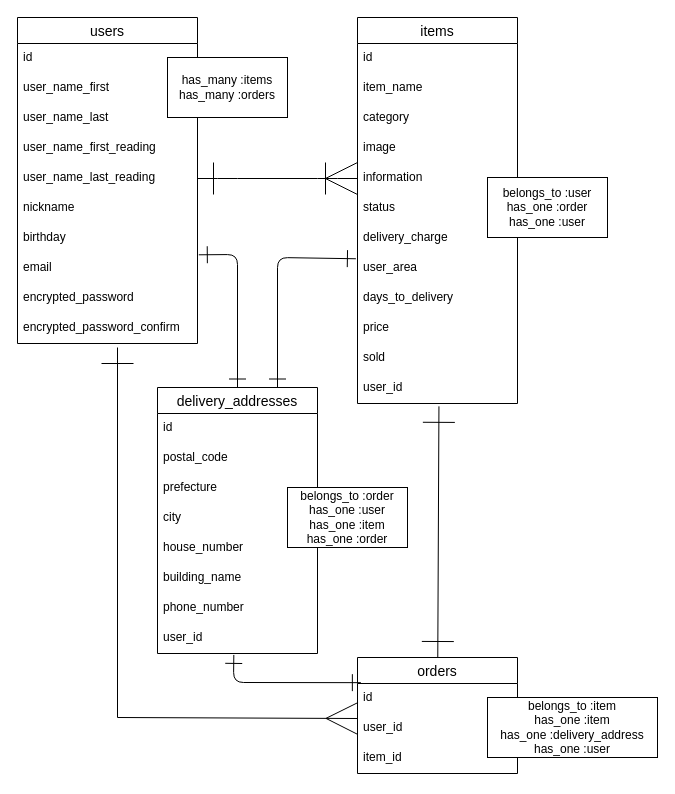
wakaeri/furima-38531 keeps this draw.io diagram as furima-38531.dio. Above is the earlier version. Source tidied: cells renumbered, new cells numbered last; positions are measured from the earlier drawing's top-left corner, leaving out a move shared by most shapes. Both pictures are drawn from the tidied source at 100%, with x=0, y=0 at pixel (17, 17).
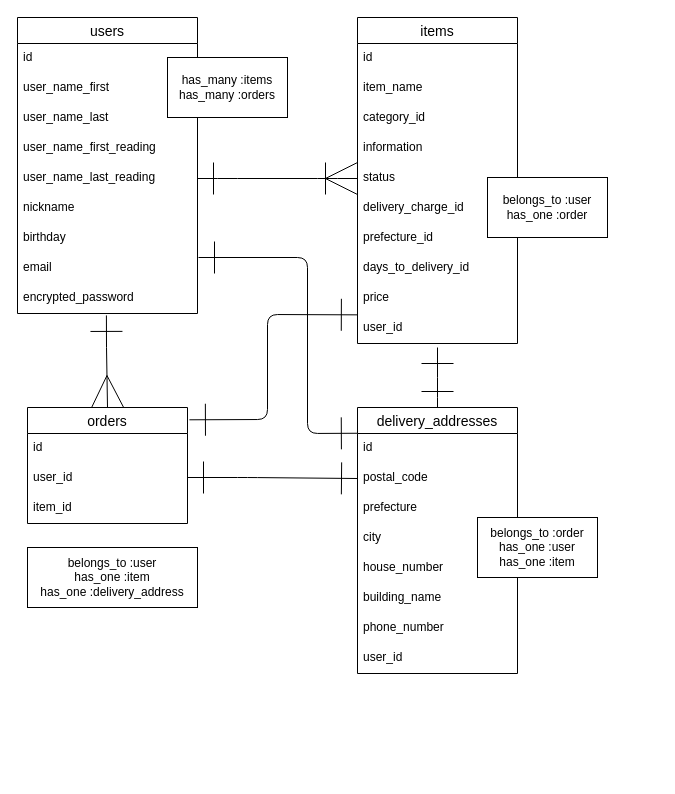
Above is the later version.

Commit message (it also covers changes not shown here):
データベース設計_修正1

Unchanged cells that the change refers to:
```xml
<mxCell id="7" value="user_name_last_reading" style="text;strokeColor=none;fillColor=none;spacingLeft=4;spacingRight=4;overflow=hidden;points=[[0,0.5],[1,0.5]];portConstraint=eastwest;fontSize=12;" parent="2" vertex="1">
  <mxGeometry y="146" width="180" height="30" as="geometry" />
</mxCell>
<mxCell id="11" value="encrypted_password" style="text;strokeColor=none;fillColor=none;spacingLeft=4;spacingRight=4;overflow=hidden;points=[[0,0.5],[1,0.5]];portConstraint=eastwest;fontSize=12;" parent="2" vertex="1">
  <mxGeometry y="266" width="180" height="30" as="geometry" />
</mxCell>
<mxCell id="28" value="id" style="text;strokeColor=none;fillColor=none;spacingLeft=4;spacingRight=4;overflow=hidden;points=[[0,0.5],[1,0.5]];portConstraint=eastwest;fontSize=12;" parent="27" vertex="1">
  <mxGeometry y="26" width="160" height="30" as="geometry" />
</mxCell>
<mxCell id="33" value="id" style="text;strokeColor=none;fillColor=none;spacingLeft=4;spacingRight=4;overflow=hidden;points=[[0,0.5],[1,0.5]];portConstraint=eastwest;fontSize=12;" parent="32" vertex="1">
  <mxGeometry y="26" width="160" height="30" as="geometry" />
</mxCell>
<mxCell id="34" value="postal_code" style="text;strokeColor=none;fillColor=none;spacingLeft=4;spacingRight=4;overflow=hidden;points=[[0,0.5],[1,0.5]];portConstraint=eastwest;fontSize=12;rounded=1;" parent="32" vertex="1">
  <mxGeometry y="56" width="160" height="30" as="geometry" />
</mxCell>
<mxCell id="40" value="user_id" style="text;strokeColor=none;fillColor=none;spacingLeft=4;spacingRight=4;overflow=hidden;points=[[0,0.5],[1,0.5]];portConstraint=eastwest;fontSize=12;" parent="32" vertex="1">
  <mxGeometry y="236" width="160" height="30" as="geometry" />
</mxCell>
```

Change to the diagram source:
```diff
@@
     <mxCell id="2" value="users" style="swimlane;fontStyle=0;horizontal=1;startSize=26;align=center;fontSize=14;" parent="1" vertex="1">
-      <mxGeometry width="180" height="326" as="geometry" />
+      <mxGeometry width="180" height="296" as="geometry" />
     </mxCell>
@@
-    <mxCell id="12" value="encrypted_password_confirm" style="text;strokeColor=none;fillColor=none;spacingLeft=4;spacingRight=4;overflow=hidden;fontSize=12;" parent="2" vertex="1">
-      <mxGeometry y="296" width="180" height="30" as="geometry" />
-    </mxCell>
     <mxCell id="13" value="items" style="swimlane;fontStyle=0;horizontal=1;startSize=26;align=center;fontSize=14;" parent="1" vertex="1">
-      <mxGeometry x="340" width="160" height="386" as="geometry" />
+      <mxGeometry x="340" width="160" height="326" as="geometry" />
     </mxCell>
@@
-    <mxCell id="16" value="category" style="text;strokeColor=none;fillColor=none;spacingLeft=4;spacingRight=4;overflow=hidden;fontSize=12;rounded=1;" parent="13" vertex="1">
+    <mxCell id="16" value="category_id" style="text;strokeColor=none;fillColor=none;spacingLeft=4;spacingRight=4;overflow=hidden;fontSize=12;rounded=1;" parent="13" vertex="1">
       <mxGeometry y="86" width="160" height="30" as="geometry" />
     </mxCell>
-    <mxCell id="17" value="image" style="text;strokeColor=none;fillColor=none;spacingLeft=4;spacingRight=4;overflow=hidden;fontSize=12;" parent="13" vertex="1">
-      <mxGeometry y="116" width="160" height="30" as="geometry" />
-    </mxCell>
     <mxCell id="18" value="information" style="text;strokeColor=none;fillColor=none;spacingLeft=4;spacingRight=4;overflow=hidden;points=[[0,0.5],[1,0.5]];portConstraint=eastwest;fontSize=12;rounded=1;" parent="13" vertex="1">
-      <mxGeometry y="146" width="160" height="30" as="geometry" />
+      <mxGeometry y="116" width="160" height="30" as="geometry" />
     </mxCell>
     <mxCell id="19" value="status" style="text;strokeColor=none;fillColor=none;spacingLeft=4;spacingRight=4;overflow=hidden;points=[[0,0.5],[1,0.5]];portConstraint=eastwest;fontSize=12;rounded=1;" parent="13" vertex="1">
-      <mxGeometry y="176" width="160" height="30" as="geometry" />
+      <mxGeometry y="146" width="160" height="30" as="geometry" />
     </mxCell>
-    <mxCell id="20" value="delivery_charge" style="text;strokeColor=none;fillColor=none;spacingLeft=4;spacingRight=4;overflow=hidden;fontSize=12;rounded=1;" parent="13" vertex="1">
-      <mxGeometry y="206" width="160" height="30" as="geometry" />
+    <mxCell id="20" value="delivery_charge_id" style="text;strokeColor=none;fillColor=none;spacingLeft=4;spacingRight=4;overflow=hidden;fontSize=12;rounded=1;" parent="13" vertex="1">
+      <mxGeometry y="176" width="160" height="30" as="geometry" />
     </mxCell>
-    <mxCell id="21" value="user_area" style="text;strokeColor=none;fillColor=none;spacingLeft=4;spacingRight=4;overflow=hidden;points=[[0,0.5],[1,0.5]];portConstraint=eastwest;fontSize=12;rounded=1;" parent="13" vertex="1">
-      <mxGeometry y="236" width="160" height="30" as="geometry" />
+    <mxCell id="21" value="prefecture_id" style="text;strokeColor=none;fillColor=none;spacingLeft=4;spacingRight=4;overflow=hidden;points=[[0,0.5],[1,0.5]];portConstraint=eastwest;fontSize=12;rounded=1;" parent="13" vertex="1">
+      <mxGeometry y="206" width="160" height="30" as="geometry" />
     </mxCell>
-    <mxCell id="22" value="days_to_delivery" style="text;strokeColor=none;fillColor=none;spacingLeft=4;spacingRight=4;overflow=hidden;fontSize=12;rounded=1;" parent="13" vertex="1">
-      <mxGeometry y="266" width="160" height="30" as="geometry" />
+    <mxCell id="22" value="days_to_delivery_id" style="text;strokeColor=none;fillColor=none;spacingLeft=4;spacingRight=4;overflow=hidden;fontSize=12;rounded=1;" parent="13" vertex="1">
+      <mxGeometry y="236" width="160" height="30" as="geometry" />
     </mxCell>
     <mxCell id="23" value="price" style="text;strokeColor=none;fillColor=none;spacingLeft=4;spacingRight=4;overflow=hidden;fontSize=12;" parent="13" vertex="1">
-      <mxGeometry y="296" width="160" height="30" as="geometry" />
+      <mxGeometry y="266" width="160" height="30" as="geometry" />
     </mxCell>
-    <mxCell id="24" value="sold" style="text;strokeColor=none;fillColor=none;spacingLeft=4;spacingRight=4;overflow=hidden;fontSize=12;rounded=1;" parent="13" vertex="1">
-      <mxGeometry y="326" width="160" height="30" as="geometry" />
-    </mxCell>
     <mxCell id="25" value="user_id" style="text;strokeColor=none;fillColor=none;spacingLeft=4;spacingRight=4;overflow=hidden;points=[[0,0.5],[1,0.5]];portConstraint=eastwest;fontSize=12;" parent="13" vertex="1">
-      <mxGeometry y="356" width="160" height="30" as="geometry" />
+      <mxGeometry y="296" width="160" height="30" as="geometry" />
     </mxCell>
-    <mxCell id="26" style="edgeStyle=none;html=1;startArrow=ERone;startFill=0;endArrow=ERone;endFill=0;entryX=0.509;entryY=1.095;entryDx=0;entryDy=0;entryPerimeter=0;endSize=30;startSize=30;" parent="1" edge="1" source="27" target="25">
-      <mxGeometry relative="1" as="geometry" />
+    <mxCell id="26" style="edgeStyle=none;html=1;startArrow=ERone;startFill=0;endArrow=ERone;endFill=0;entryX=-0.001;entryY=0.045;entryDx=0;entryDy=0;entryPerimeter=0;endSize=30;startSize=30;exitX=1.012;exitY=0.106;exitDx=0;exitDy=0;exitPerimeter=0;" parent="1" edge="1" source="27" target="25">
+      <mxGeometry relative="1" as="geometry">
+        <Array as="points">
+          <mxPoint x="250" y="402" />
+          <mxPoint x="250" y="297" />
+        </Array>
+      </mxGeometry>
     </mxCell>
     <mxCell id="27" value="orders" style="swimlane;fontStyle=0;horizontal=1;startSize=26;align=center;fontSize=14;" parent="1" vertex="1">
-      <mxGeometry x="340" y="640" width="160" height="116" as="geometry" />
+      <mxGeometry x="10" y="390" width="160" height="116" as="geometry" />
     </mxCell>
@@
-    <mxCell id="31" style="edgeStyle=none;html=1;startArrow=ERone;startFill=0;endArrow=ERone;endFill=0;startSize=15;endSize=15;exitX=0.477;exitY=1.047;exitDx=0;exitDy=0;exitPerimeter=0;entryX=0.021;entryY=-0.028;entryDx=0;entryDy=0;entryPerimeter=0;" parent="1" edge="1" source="40" target="28">
+    <mxCell id="31" style="edgeStyle=none;html=1;startArrow=ERone;startFill=0;endArrow=ERone;endFill=0;startSize=30;endSize=30;exitX=0;exitY=0.5;exitDx=0;exitDy=0;" parent="1" edge="1" source="34">
       <mxGeometry relative="1" as="geometry">
+        <mxPoint x="170" y="460" as="targetPoint" />
         <Array as="points">
-          <mxPoint x="216" y="665" />
+          <mxPoint x="230" y="460" />
         </Array>
       </mxGeometry>
     </mxCell>
     <mxCell id="32" value="delivery_addresses" style="swimlane;fontStyle=0;horizontal=1;startSize=26;align=center;fontSize=14;" parent="1" vertex="1">
-      <mxGeometry x="140" y="370" width="160" height="266" as="geometry" />
+      <mxGeometry x="340" y="390" width="160" height="266" as="geometry" />
     </mxCell>
@@
-    <mxCell id="41" style="edgeStyle=entityRelationEdgeStyle;fontSize=12;html=1;endArrow=ERoneToMany;exitX=1;exitY=0.5;exitDx=0;exitDy=0;entryX=0;entryY=0.5;entryDx=0;entryDy=0;startArrow=ERone;startFill=0;endSize=30;startSize=30;" parent="1" edge="1" source="7" target="18">
+    <mxCell id="41" style="edgeStyle=entityRelationEdgeStyle;fontSize=12;html=1;endArrow=ERoneToMany;exitX=1;exitY=0.5;exitDx=0;exitDy=0;entryX=0;entryY=0.5;entryDx=0;entryDy=0;startArrow=ERone;startFill=0;endSize=30;startSize=30;" parent="1" edge="1" source="7" target="19">
       <mxGeometry relative="1" as="geometry" />
     </mxCell>
@@
-    <mxCell id="43" value="belongs_to :user&lt;br&gt;has_one :order&lt;br&gt;has_one :user" style="rounded=0;whiteSpace=wrap;html=1;" parent="1" vertex="1">
+    <mxCell id="43" value="belongs_to :user&lt;br&gt;has_one :order" style="rounded=0;whiteSpace=wrap;html=1;" parent="1" vertex="1">
       <mxGeometry x="470" y="160" width="120" height="60" as="geometry" />
     </mxCell>
-    <mxCell id="44" value="belongs_to :item&lt;br&gt;has_one :item&lt;br&gt;has_one :delivery_address&lt;br&gt;has_one :user" style="rounded=0;whiteSpace=wrap;html=1;" parent="1" vertex="1">
-      <mxGeometry x="470" y="680" width="170" height="60" as="geometry" />
+    <mxCell id="44" value="belongs_to :user&lt;br&gt;has_one :item&lt;br&gt;has_one :delivery_address" style="rounded=0;whiteSpace=wrap;html=1;" parent="1" vertex="1">
+      <mxGeometry x="10" y="530" width="170" height="60" as="geometry" />
     </mxCell>
-    <mxCell id="45" value="belongs_to :order&lt;br&gt;has_one :user&lt;br&gt;has_one :item&lt;br&gt;has_one :order" style="rounded=0;whiteSpace=wrap;html=1;" parent="1" vertex="1">
-      <mxGeometry x="270" y="470" width="120" height="60" as="geometry" />
+    <mxCell id="45" value="belongs_to :order&lt;br&gt;has_one :user&lt;br&gt;has_one :item" style="rounded=0;whiteSpace=wrap;html=1;" parent="1" vertex="1">
+      <mxGeometry x="460" y="500" width="120" height="60" as="geometry" />
     </mxCell>
-    <mxCell id="46" style="endArrow=ERmany;html=1;rounded=0;entryX=0.003;entryY=1.167;entryDx=0;entryDy=0;entryPerimeter=0;startArrow=ERone;startFill=0;endFill=0;endSize=30;startSize=30;" parent="1" edge="1" target="28">
+    <mxCell id="46" style="endArrow=ERmany;html=1;rounded=0;startArrow=ERone;startFill=0;endFill=0;endSize=30;startSize=30;exitX=0.494;exitY=1.064;exitDx=0;exitDy=0;exitPerimeter=0;entryX=0.5;entryY=0;entryDx=0;entryDy=0;" parent="1" edge="1" source="11" target="27">
       <mxGeometry relative="1" as="geometry">
-        <mxPoint x="100" y="330" as="sourcePoint" />
         <Array as="points">
-          <mxPoint x="100" y="700" />
+          <mxPoint x="89" y="330" />
         </Array>
       </mxGeometry>
     </mxCell>
-    <mxCell id="47" style="edgeStyle=none;html=1;startArrow=ERone;startFill=0;endArrow=ERone;endFill=0;startSize=15;endSize=15;entryX=0.5;entryY=0;entryDx=0;entryDy=0;exitX=1.008;exitY=0.042;exitDx=0;exitDy=0;exitPerimeter=0;" parent="1" edge="1" target="32">
+    <mxCell id="47" style="edgeStyle=none;html=1;startArrow=ERone;startFill=0;endArrow=ERone;endFill=0;startSize=30;endSize=30;entryX=-0.001;entryY=-0.008;entryDx=0;entryDy=0;entryPerimeter=0;" parent="1" edge="1" target="33">
       <mxGeometry relative="1" as="geometry">
-        <mxPoint x="181.3" y="237.3" as="sourcePoint" />
+        <mxPoint x="181" y="240" as="sourcePoint" />
         <Array as="points">
-          <mxPoint x="220" y="237" />
+          <mxPoint x="290" y="240" />
+          <mxPoint x="290" y="416" />
         </Array>
       </mxGeometry>
     </mxCell>
-    <mxCell id="48" style="edgeStyle=none;html=1;startArrow=ERone;startFill=0;endArrow=ERone;endFill=0;startSize=15;endSize=15;entryX=0.75;entryY=0;entryDx=0;entryDy=0;exitX=-0.01;exitY=0.175;exitDx=0;exitDy=0;exitPerimeter=0;" parent="1" edge="1" source="21" target="32">
+    <mxCell id="48" style="edgeStyle=none;html=1;startArrow=ERone;startFill=0;endArrow=ERone;endFill=0;startSize=30;endSize=30;entryX=0.5;entryY=0;entryDx=0;entryDy=0;" parent="1" edge="1" target="32">
       <mxGeometry relative="1" as="geometry">
+        <mxPoint x="420" y="330" as="sourcePoint" />
         <Array as="points">
-          <mxPoint x="260" y="240" />
+          <mxPoint x="420" y="370" />
         </Array>
       </mxGeometry>
     </mxCell>
```
